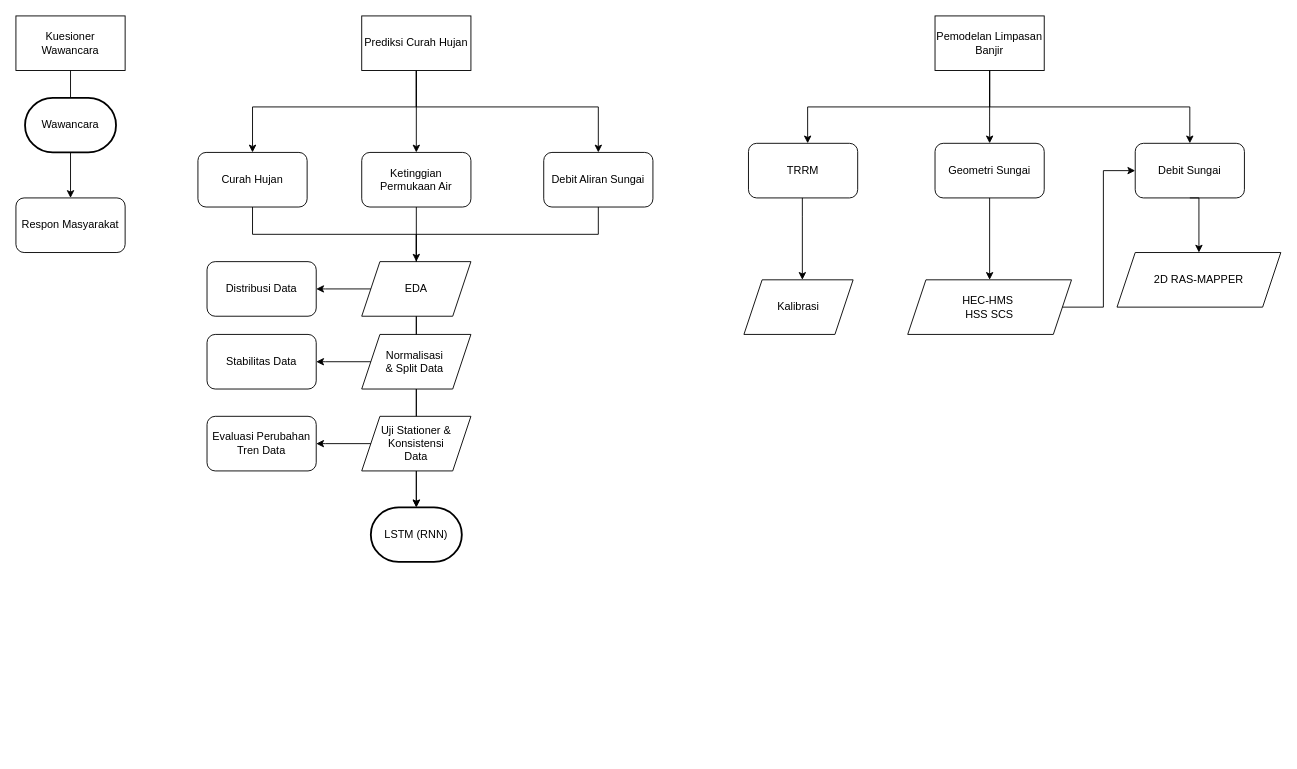
The draw.io diagram Cara Kerja Penelitian.drawio in famowoiii/envimos_sensot, before the edit. Source tidied: cells renumbered, new cells numbered last; positions are measured from the earlier drawing's top-left corner, leaving out a move shared by most shapes. Both pictures are drawn from the tidied source at 91%, with x=0, y=0 at pixel (15, 15).
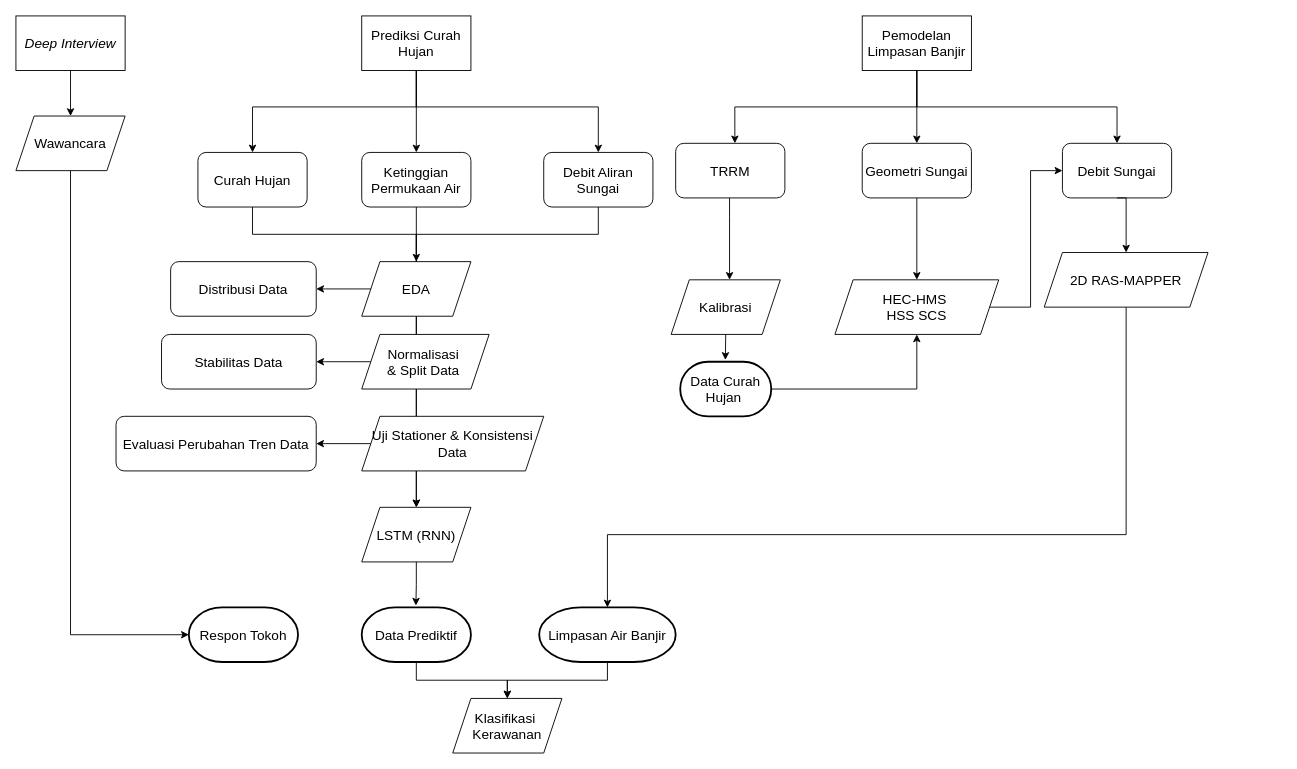
The same page after the edit.

Change to the diagram source:
```diff
@@
-    <mxCell id="2" style="edgeStyle=orthogonalEdgeStyle;rounded=0;jettySize=auto;html=1;exitX=0.5;exitY=1;exitDx=0;exitDy=0;entryX=0.5;entryY=0;entryDx=0;entryDy=0;" parent="1" edge="1" source="5" target="7">
+    <mxCell id="2" style="edgeStyle=orthogonalEdgeStyle;rounded=0;jettySize=auto;html=1;exitX=0.5;exitY=1;exitDx=0;exitDy=0;entryX=0.5;entryY=0;entryDx=0;entryDy=0;fontSize=15;" parent="1" edge="1" source="5" target="7">
       <mxGeometry relative="1" as="geometry">
         <Array as="points">
           <mxPoint x="440" y="100" />
           <mxPoint x="260" y="100" />
         </Array>
       </mxGeometry>
     </mxCell>
-    <mxCell id="3" style="edgeStyle=orthogonalEdgeStyle;rounded=0;jettySize=auto;html=1;entryX=0.5;entryY=0;entryDx=0;entryDy=0;exitX=0.5;exitY=1;exitDx=0;exitDy=0;" parent="1" edge="1" source="5" target="8">
+    <mxCell id="3" style="edgeStyle=orthogonalEdgeStyle;rounded=0;jettySize=auto;html=1;entryX=0.5;entryY=0;entryDx=0;entryDy=0;exitX=0.5;exitY=1;exitDx=0;exitDy=0;fontSize=15;" parent="1" edge="1" source="5" target="8">
       <mxGeometry relative="1" as="geometry">
         <Array as="points">
           <mxPoint x="440" y="80" />
           <mxPoint x="440" y="80" />
         </Array>
       </mxGeometry>
     </mxCell>
-    <mxCell id="4" style="edgeStyle=orthogonalEdgeStyle;rounded=0;jettySize=auto;html=1;entryX=0.5;entryY=0;entryDx=0;entryDy=0;" parent="1" edge="1" target="9">
+    <mxCell id="4" style="edgeStyle=orthogonalEdgeStyle;rounded=0;jettySize=auto;html=1;entryX=0.5;entryY=0;entryDx=0;entryDy=0;fontSize=15;" parent="1" edge="1" target="9">
       <mxGeometry relative="1" as="geometry">
         <mxPoint x="440" y="60" as="sourcePoint" />
         <Array as="points">
           <mxPoint x="440" y="100" />
           <mxPoint x="640" y="100" />
         </Array>
       </mxGeometry>
     </mxCell>
-    <mxCell id="5" value="Prediksi Curah Hujan" style="rounded=0;whiteSpace=wrap;html=1;" parent="1" vertex="1">
+    <mxCell id="5" value="Prediksi Curah Hujan" style="rounded=0;whiteSpace=wrap;html=1;fontSize=15;" parent="1" vertex="1">
       <mxGeometry x="380" width="120" height="60" as="geometry" />
     </mxCell>
-    <mxCell id="6" value="TRRM" style="rounded=1;whiteSpace=wrap;html=1;" parent="1" vertex="1">
-      <mxGeometry x="805" y="140" width="120" height="60" as="geometry" />
+    <mxCell id="6" value="TRRM" style="rounded=1;whiteSpace=wrap;html=1;fontSize=15;" parent="1" vertex="1">
+      <mxGeometry x="725" y="140" width="120" height="60" as="geometry" />
     </mxCell>
-    <mxCell id="7" value="Curah Hujan" style="rounded=1;whiteSpace=wrap;html=1;" parent="1" vertex="1">
+    <mxCell id="7" value="Curah Hujan" style="rounded=1;whiteSpace=wrap;html=1;fontSize=15;" parent="1" vertex="1">
       <mxGeometry x="200" y="150" width="120" height="60" as="geometry" />
     </mxCell>
-    <mxCell id="8" value="Ketinggian Permukaan Air" style="rounded=1;whiteSpace=wrap;html=1;" parent="1" vertex="1">
+    <mxCell id="8" value="Ketinggian Permukaan Air" style="rounded=1;whiteSpace=wrap;html=1;fontSize=15;" parent="1" vertex="1">
       <mxGeometry x="380" y="150" width="120" height="60" as="geometry" />
     </mxCell>
-    <mxCell id="9" value="Debit Aliran Sungai" style="rounded=1;whiteSpace=wrap;html=1;" parent="1" vertex="1">
+    <mxCell id="9" value="Debit Aliran Sungai" style="rounded=1;whiteSpace=wrap;html=1;fontSize=15;" parent="1" vertex="1">
       <mxGeometry x="580" y="150" width="120" height="60" as="geometry" />
     </mxCell>
-    <mxCell id="10" style="edgeStyle=orthogonalEdgeStyle;rounded=0;jettySize=auto;html=1;exitX=0.5;exitY=1;exitDx=0;exitDy=0;entryX=0.5;entryY=0;entryDx=0;entryDy=0;entryPerimeter=0;" parent="1" edge="1" source="7" target="12">
+    <mxCell id="10" style="edgeStyle=orthogonalEdgeStyle;rounded=0;jettySize=auto;html=1;exitX=0.5;exitY=1;exitDx=0;exitDy=0;entryX=0.5;entryY=0;entryDx=0;entryDy=0;entryPerimeter=0;fontSize=15;" parent="1" edge="1" source="7">
       <mxGeometry relative="1" as="geometry">
+        <mxPoint x="440" y="540" as="targetPoint" />
         <Array as="points">
           <mxPoint x="260" y="240" />
           <mxPoint x="440" y="240" />
         </Array>
       </mxGeometry>
     </mxCell>
-    <mxCell id="11" style="edgeStyle=orthogonalEdgeStyle;rounded=0;jettySize=auto;html=1;exitX=0.5;exitY=1;exitDx=0;exitDy=0;entryX=0.5;entryY=0;entryDx=0;entryDy=0;entryPerimeter=0;" parent="1" edge="1" source="8" target="12">
+    <mxCell id="11" style="edgeStyle=orthogonalEdgeStyle;rounded=0;jettySize=auto;html=1;exitX=0.5;exitY=1;exitDx=0;exitDy=0;entryX=0.5;entryY=0;entryDx=0;entryDy=0;fontSize=15;" parent="1" edge="1" source="8" target="12">
       <mxGeometry relative="1" as="geometry" />
     </mxCell>
-    <mxCell id="12" value="LSTM (RNN)" style="strokeWidth=2;html=1;shape=mxgraph.flowchart.terminator;whiteSpace=wrap;" parent="1" vertex="1">
-      <mxGeometry x="390" y="540" width="100" height="60" as="geometry" />
-    </mxCell>
-    <mxCell id="13" value="EDA" style="shape=parallelogram;perimeter=parallelogramPerimeter;whiteSpace=wrap;html=1;fixedSize=1;" parent="1" vertex="1">
+    <mxCell id="13" value="EDA" style="shape=parallelogram;perimeter=parallelogramPerimeter;whiteSpace=wrap;html=1;fixedSize=1;fontSize=15;" parent="1" vertex="1">
       <mxGeometry x="380" y="270" width="120" height="60" as="geometry" />
     </mxCell>
-    <mxCell id="14" value="Geometri Sungai" style="rounded=1;whiteSpace=wrap;html=1;" parent="1" vertex="1">
-      <mxGeometry x="1010" y="140" width="120" height="60" as="geometry" />
+    <mxCell id="14" value="Geometri Sungai" style="rounded=1;whiteSpace=wrap;html=1;fontSize=15;" parent="1" vertex="1">
+      <mxGeometry x="930" y="140" width="120" height="60" as="geometry" />
     </mxCell>
-    <mxCell id="15" value="Debit Sungai" style="rounded=1;whiteSpace=wrap;html=1;" parent="1" vertex="1">
-      <mxGeometry x="1230" y="140" width="120" height="60" as="geometry" />
+    <mxCell id="15" value="Debit Sungai" style="rounded=1;whiteSpace=wrap;html=1;fontSize=15;" parent="1" vertex="1">
+      <mxGeometry x="1150" y="140" width="120" height="60" as="geometry" />
     </mxCell>
-    <mxCell id="16" value="Kuesioner Wawancara" style="rounded=0;whiteSpace=wrap;html=1;" parent="1" vertex="1">
+    <mxCell id="16" value="&lt;i style=&quot;font-size: 15px;&quot;&gt;Deep Interview&lt;/i&gt;" style="rounded=0;whiteSpace=wrap;html=1;fontSize=15;" parent="1" vertex="1">
       <mxGeometry width="120" height="60" as="geometry" />
     </mxCell>
-    <mxCell id="17" value="Respon Masyarakat" style="rounded=1;whiteSpace=wrap;html=1;" parent="1" vertex="1">
-      <mxGeometry y="200" width="120" height="60" as="geometry" />
-    </mxCell>
-    <mxCell id="18" style="edgeStyle=orthogonalEdgeStyle;rounded=0;jettySize=auto;html=1;entryX=0.5;entryY=0;entryDx=0;entryDy=0;exitX=0.5;exitY=1;exitDx=0;exitDy=0;" parent="1" edge="1" source="16" target="17">
-      <mxGeometry relative="1" as="geometry">
-        <Array as="points">
-          <mxPoint x="60" y="120" />
-          <mxPoint x="60" y="120" />
-        </Array>
-      </mxGeometry>
-    </mxCell>
-    <mxCell id="19" value="Wawancara" style="strokeWidth=2;html=1;shape=mxgraph.flowchart.terminator;whiteSpace=wrap;" parent="1" vertex="1">
-      <mxGeometry x="10" y="90" width="100" height="60" as="geometry" />
+    <mxCell id="19" value="Respon Tokoh" style="strokeWidth=2;html=1;shape=mxgraph.flowchart.terminator;whiteSpace=wrap;fontSize=15;" parent="1" vertex="1">
+      <mxGeometry x="190" y="650" width="120" height="60" as="geometry" />
     </mxCell>
-    <mxCell id="20" value="Pemodelan Limpasan Banjir" style="rounded=0;whiteSpace=wrap;html=1;" parent="1" vertex="1">
-      <mxGeometry x="1010" width="120" height="60" as="geometry" />
+    <mxCell id="20" value="Pemodelan Limpasan Banjir" style="rounded=0;whiteSpace=wrap;html=1;fontSize=15;" parent="1" vertex="1">
+      <mxGeometry x="930" width="120" height="60" as="geometry" />
     </mxCell>
-    <mxCell id="21" value="Kalibrasi" style="shape=parallelogram;perimeter=parallelogramPerimeter;whiteSpace=wrap;html=1;fixedSize=1;" parent="1" vertex="1">
-      <mxGeometry x="800" y="290" width="120" height="60" as="geometry" />
+    <mxCell id="21" value="Kalibrasi" style="shape=parallelogram;perimeter=parallelogramPerimeter;whiteSpace=wrap;html=1;fixedSize=1;fontSize=15;" parent="1" vertex="1">
+      <mxGeometry x="720" y="290" width="120" height="60" as="geometry" />
     </mxCell>
-    <mxCell id="22" style="edgeStyle=orthogonalEdgeStyle;rounded=0;orthogonalLoop=1;jettySize=auto;html=1;entryX=0.5;entryY=0;entryDx=0;entryDy=0;exitX=0.5;exitY=1;exitDx=0;exitDy=0;" parent="1" edge="1">
+    <mxCell id="22" style="edgeStyle=orthogonalEdgeStyle;rounded=0;orthogonalLoop=1;jettySize=auto;html=1;entryX=0.5;entryY=0;entryDx=0;entryDy=0;exitX=0.5;exitY=1;exitDx=0;exitDy=0;fontSize=15;" parent="1" edge="1">
       <mxGeometry relative="1" as="geometry">
-        <mxPoint x="864.2" y="200" as="sourcePoint" />
-        <mxPoint x="864.2" y="290" as="targetPoint" />
+        <mxPoint x="784.2" y="200" as="sourcePoint" />
+        <mxPoint x="784.2" y="290" as="targetPoint" />
         <Array as="points">
-          <mxPoint x="864.2" y="220" />
-          <mxPoint x="864.2" y="220" />
+          <mxPoint x="784.2" y="220" />
+          <mxPoint x="784.2" y="220" />
         </Array>
       </mxGeometry>
     </mxCell>
-    <mxCell id="23" style="edgeStyle=orthogonalEdgeStyle;rounded=0;jettySize=auto;html=1;exitX=0.5;exitY=1;exitDx=0;exitDy=0;" parent="1" edge="1" source="9">
+    <mxCell id="23" style="edgeStyle=orthogonalEdgeStyle;rounded=0;jettySize=auto;html=1;exitX=0.5;exitY=1;exitDx=0;exitDy=0;fontSize=15;" parent="1" edge="1" source="9">
       <mxGeometry relative="1" as="geometry">
         <mxPoint x="440" y="270" as="targetPoint" />
         <Array as="points">
           <mxPoint x="640" y="240" />
           <mxPoint x="440" y="240" />
         </Array>
       </mxGeometry>
     </mxCell>
-    <mxCell id="24" value="Normalisasi&amp;nbsp;&lt;div&gt;&amp;amp; Split Data&amp;nbsp;&lt;/div&gt;" style="shape=parallelogram;perimeter=parallelogramPerimeter;whiteSpace=wrap;html=1;fixedSize=1;" parent="1" vertex="1">
-      <mxGeometry x="380" y="350" width="120" height="60" as="geometry" />
+    <mxCell id="24" value="Normalisasi&amp;nbsp;&lt;div style=&quot;font-size: 15px;&quot;&gt;&amp;amp; Split Data&amp;nbsp;&lt;/div&gt;" style="shape=parallelogram;perimeter=parallelogramPerimeter;whiteSpace=wrap;html=1;fixedSize=1;fontSize=15;" parent="1" vertex="1">
+      <mxGeometry x="380" y="350" width="140" height="60" as="geometry" />
     </mxCell>
-    <mxCell id="25" value="Uji Stationer &amp;amp; Konsistensi&lt;div&gt;Data&lt;/div&gt;" style="shape=parallelogram;perimeter=parallelogramPerimeter;whiteSpace=wrap;html=1;fixedSize=1;" parent="1" vertex="1">
-      <mxGeometry x="380" y="440" width="120" height="60" as="geometry" />
+    <mxCell id="25" value="Uji Stationer &amp;amp; Konsistensi&lt;div style=&quot;font-size: 15px;&quot;&gt;Data&lt;/div&gt;" style="shape=parallelogram;perimeter=parallelogramPerimeter;whiteSpace=wrap;html=1;fixedSize=1;fontSize=15;" parent="1" vertex="1">
+      <mxGeometry x="380" y="440" width="200" height="60" as="geometry" />
     </mxCell>
-    <mxCell id="26" value="Distribusi Data" style="rounded=1;whiteSpace=wrap;html=1;" parent="1" vertex="1">
-      <mxGeometry x="210" y="270" width="120" height="60" as="geometry" />
+    <mxCell id="26" value="Distribusi Data" style="rounded=1;whiteSpace=wrap;html=1;fontSize=15;" parent="1" vertex="1">
+      <mxGeometry x="170" y="270" width="160" height="60" as="geometry" />
     </mxCell>
-    <mxCell id="27" style="edgeStyle=orthogonalEdgeStyle;rounded=0;jettySize=auto;html=1;exitX=0;exitY=0.5;exitDx=0;exitDy=0;entryX=1;entryY=0.5;entryDx=0;entryDy=0;" parent="1" edge="1" source="13" target="26">
+    <mxCell id="27" style="edgeStyle=orthogonalEdgeStyle;rounded=0;jettySize=auto;html=1;exitX=0;exitY=0.5;exitDx=0;exitDy=0;entryX=1;entryY=0.5;entryDx=0;entryDy=0;fontSize=15;" parent="1" edge="1" source="13" target="26">
       <mxGeometry relative="1" as="geometry">
         <Array as="points">
           <mxPoint x="340" y="300" />
           <mxPoint x="340" y="300" />
         </Array>
       </mxGeometry>
     </mxCell>
-    <mxCell id="28" value="Stabilitas Data" style="rounded=1;whiteSpace=wrap;html=1;" parent="1" vertex="1">
-      <mxGeometry x="210" y="350" width="120" height="60" as="geometry" />
+    <mxCell id="28" value="Stabilitas Data" style="rounded=1;whiteSpace=wrap;html=1;fontSize=15;" parent="1" vertex="1">
+      <mxGeometry x="160" y="350" width="170" height="60" as="geometry" />
     </mxCell>
-    <mxCell id="29" style="edgeStyle=orthogonalEdgeStyle;rounded=0;jettySize=auto;html=1;exitX=0;exitY=0.5;exitDx=0;exitDy=0;entryX=1;entryY=0.5;entryDx=0;entryDy=0;" parent="1" edge="1" target="28">
+    <mxCell id="29" style="edgeStyle=orthogonalEdgeStyle;rounded=0;jettySize=auto;html=1;exitX=0;exitY=0.5;exitDx=0;exitDy=0;entryX=1;entryY=0.5;entryDx=0;entryDy=0;fontSize=15;" parent="1" edge="1" target="28">
       <mxGeometry relative="1" as="geometry">
         <mxPoint x="390" y="380" as="sourcePoint" />
         <Array as="points">
           <mxPoint x="340" y="380" />
           <mxPoint x="340" y="380" />
         </Array>
       </mxGeometry>
     </mxCell>
-    <mxCell id="30" value="Evaluasi Perubahan Tren Data" style="rounded=1;whiteSpace=wrap;html=1;" parent="1" vertex="1">
-      <mxGeometry x="210" y="440" width="120" height="60" as="geometry" />
+    <mxCell id="30" value="Evaluasi Perubahan Tren Data" style="rounded=1;whiteSpace=wrap;html=1;fontSize=15;" parent="1" vertex="1">
+      <mxGeometry x="110" y="440" width="220" height="60" as="geometry" />
     </mxCell>
-    <mxCell id="31" style="edgeStyle=orthogonalEdgeStyle;rounded=0;jettySize=auto;html=1;exitX=0;exitY=0.5;exitDx=0;exitDy=0;entryX=1;entryY=0.5;entryDx=0;entryDy=0;" parent="1" edge="1" target="30">
+    <mxCell id="31" style="edgeStyle=orthogonalEdgeStyle;rounded=0;jettySize=auto;html=1;exitX=0;exitY=0.5;exitDx=0;exitDy=0;entryX=1;entryY=0.5;entryDx=0;entryDy=0;fontSize=15;" parent="1" edge="1" target="30">
       <mxGeometry relative="1" as="geometry">
         <mxPoint x="390" y="470" as="sourcePoint" />
         <Array as="points">
           <mxPoint x="340" y="470" />
           <mxPoint x="340" y="470" />
         </Array>
       </mxGeometry>
     </mxCell>
-    <mxCell id="32" style="edgeStyle=orthogonalEdgeStyle;rounded=0;jettySize=auto;html=1;entryX=0.5;entryY=0;entryDx=0;entryDy=0;exitX=0.5;exitY=1;exitDx=0;exitDy=0;" parent="1" edge="1" source="20" target="15">
+    <mxCell id="32" style="edgeStyle=orthogonalEdgeStyle;rounded=0;jettySize=auto;html=1;entryX=0.5;entryY=0;entryDx=0;entryDy=0;exitX=0.5;exitY=1;exitDx=0;exitDy=0;fontSize=15;" parent="1" edge="1" source="20" target="15">
       <mxGeometry relative="1" as="geometry">
         <Array as="points">
-          <mxPoint x="1070" y="100" />
-          <mxPoint x="1290" y="100" />
+          <mxPoint x="990" y="100" />
+          <mxPoint x="1210" y="100" />
         </Array>
       </mxGeometry>
     </mxCell>
-    <mxCell id="33" style="edgeStyle=orthogonalEdgeStyle;rounded=0;jettySize=auto;html=1;entryX=0.5;entryY=0;entryDx=0;entryDy=0;" parent="1" edge="1" target="14">
+    <mxCell id="33" style="edgeStyle=orthogonalEdgeStyle;rounded=0;jettySize=auto;html=1;entryX=0.5;entryY=0;entryDx=0;entryDy=0;fontSize=15;" parent="1" edge="1" target="14">
       <mxGeometry relative="1" as="geometry">
-        <mxPoint x="1070" y="60" as="sourcePoint" />
+        <mxPoint x="990" y="60" as="sourcePoint" />
         <Array as="points">
-          <mxPoint x="1070" y="110" />
-          <mxPoint x="1070" y="110" />
+          <mxPoint x="990" y="110" />
+          <mxPoint x="990" y="110" />
         </Array>
       </mxGeometry>
     </mxCell>
-    <mxCell id="34" style="edgeStyle=orthogonalEdgeStyle;rounded=0;jettySize=auto;html=1;entryX=0.542;entryY=0;entryDx=0;entryDy=0;exitX=0.5;exitY=1;exitDx=0;exitDy=0;entryPerimeter=0;" parent="1" edge="1" source="20" target="6">
+    <mxCell id="34" style="edgeStyle=orthogonalEdgeStyle;rounded=0;jettySize=auto;html=1;entryX=0.542;entryY=0;entryDx=0;entryDy=0;exitX=0.5;exitY=1;exitDx=0;exitDy=0;entryPerimeter=0;fontSize=15;" parent="1" edge="1" source="20" target="6">
       <mxGeometry relative="1" as="geometry">
         <Array as="points">
-          <mxPoint x="1070" y="100" />
-          <mxPoint x="870" y="100" />
+          <mxPoint x="990" y="100" />
+          <mxPoint x="790" y="100" />
         </Array>
       </mxGeometry>
     </mxCell>
-    <mxCell id="35" style="edgeStyle=orthogonalEdgeStyle;rounded=0;jettySize=auto;html=1;exitX=0.5;exitY=1;exitDx=0;exitDy=0;entryX=0.5;entryY=0;entryDx=0;entryDy=0;" parent="1" edge="1" source="14" target="36">
+    <mxCell id="35" style="edgeStyle=orthogonalEdgeStyle;rounded=0;jettySize=auto;html=1;exitX=0.5;exitY=1;exitDx=0;exitDy=0;entryX=0.5;entryY=0;entryDx=0;entryDy=0;fontSize=15;" parent="1" edge="1" source="14" target="36">
       <mxGeometry relative="1" as="geometry" />
     </mxCell>
-    <mxCell id="36" value="HEC-HMS&amp;nbsp;&lt;div&gt;HSS SCS&lt;/div&gt;" style="shape=parallelogram;perimeter=parallelogramPerimeter;whiteSpace=wrap;html=1;fixedSize=1;" parent="1" vertex="1">
-      <mxGeometry x="980" y="290" width="180" height="60" as="geometry" />
+    <mxCell id="36" value="HEC-HMS&amp;nbsp;&lt;div style=&quot;font-size: 15px;&quot;&gt;HSS SCS&lt;/div&gt;" style="shape=parallelogram;perimeter=parallelogramPerimeter;whiteSpace=wrap;html=1;fixedSize=1;fontSize=15;" parent="1" vertex="1">
+      <mxGeometry x="900" y="290" width="180" height="60" as="geometry" />
     </mxCell>
-    <mxCell id="37" style="edgeStyle=orthogonalEdgeStyle;rounded=0;jettySize=auto;html=1;exitX=1;exitY=0.5;exitDx=0;exitDy=0;entryX=0;entryY=0.5;entryDx=0;entryDy=0;" parent="1" edge="1" source="36" target="15">
+    <mxCell id="37" style="edgeStyle=orthogonalEdgeStyle;rounded=0;jettySize=auto;html=1;exitX=1;exitY=0.5;exitDx=0;exitDy=0;entryX=0;entryY=0.5;entryDx=0;entryDy=0;fontSize=15;" parent="1" edge="1" source="36" target="15">
       <mxGeometry relative="1" as="geometry" />
     </mxCell>
+    <mxCell id="40" style="edgeStyle=orthogonalEdgeStyle;rounded=0;jettySize=auto;html=1;exitX=0.5;exitY=1;exitDx=0;exitDy=0;fontSize=15;" parent="1" edge="1" source="38" target="48">
+      <mxGeometry relative="1" as="geometry">
+        <Array as="points">
+          <mxPoint x="1220" y="570" />
+          <mxPoint x="650" y="570" />
+        </Array>
+      </mxGeometry>
+    </mxCell>
-    <mxCell id="38" value="2D RAS-MAPPER" style="shape=parallelogram;perimeter=parallelogramPerimeter;whiteSpace=wrap;html=1;fixedSize=1;" parent="1" vertex="1">
-      <mxGeometry x="1210" y="260" width="180" height="60" as="geometry" />
+    <mxCell id="38" value="2D RAS-MAPPER" style="shape=parallelogram;perimeter=parallelogramPerimeter;whiteSpace=wrap;html=1;fixedSize=1;fontSize=15;" parent="1" vertex="1">
+      <mxGeometry x="1130" y="260" width="180" height="60" as="geometry" />
     </mxCell>
-    <mxCell id="39" style="edgeStyle=orthogonalEdgeStyle;rounded=0;jettySize=auto;html=1;exitX=0.5;exitY=1;exitDx=0;exitDy=0;entryX=0.5;entryY=0;entryDx=0;entryDy=0;" parent="1" edge="1" source="15" target="38">
+    <mxCell id="39" style="edgeStyle=orthogonalEdgeStyle;rounded=0;jettySize=auto;html=1;exitX=0.5;exitY=1;exitDx=0;exitDy=0;entryX=0.5;entryY=0;entryDx=0;entryDy=0;fontSize=15;" parent="1" edge="1" source="15" target="38">
       <mxGeometry relative="1" as="geometry">
         <Array as="points">
-          <mxPoint x="1300" y="200" />
+          <mxPoint x="1220" y="200" />
         </Array>
       </mxGeometry>
     </mxCell>
+    <mxCell id="12" value="LSTM (RNN)" style="shape=parallelogram;perimeter=parallelogramPerimeter;whiteSpace=wrap;html=1;fixedSize=1;fontSize=15;" parent="1" vertex="1">
+      <mxGeometry x="380" y="540" width="120" height="60" as="geometry" />
+    </mxCell>
+    <mxCell id="41" style="edgeStyle=orthogonalEdgeStyle;rounded=0;jettySize=auto;html=1;entryX=0;entryY=0.5;entryDx=0;entryDy=0;exitX=0.5;exitY=1;exitDx=0;exitDy=0;entryPerimeter=0;fontSize=15;" parent="1" edge="1" source="43" target="19">
+      <mxGeometry relative="1" as="geometry">
+        <Array as="points">
+          <mxPoint x="60" y="680" />
+        </Array>
+      </mxGeometry>
+    </mxCell>
+    <mxCell id="42" style="edgeStyle=orthogonalEdgeStyle;rounded=0;jettySize=auto;html=1;entryX=0.5;entryY=0;entryDx=0;entryDy=0;exitX=0.5;exitY=1;exitDx=0;exitDy=0;entryPerimeter=0;fontSize=15;" parent="1" edge="1" source="16" target="43">
+      <mxGeometry relative="1" as="geometry" />
+    </mxCell>
+    <mxCell id="43" value="Wawancara" style="shape=parallelogram;perimeter=parallelogramPerimeter;whiteSpace=wrap;html=1;fixedSize=1;fontSize=15;" parent="1" vertex="1">
+      <mxGeometry y="110" width="120" height="60" as="geometry" />
+    </mxCell>
+    <mxCell id="44" value="Data Prediktif" style="strokeWidth=2;html=1;shape=mxgraph.flowchart.terminator;whiteSpace=wrap;fontSize=15;" parent="1" vertex="1">
+      <mxGeometry x="380" y="650" width="120" height="60" as="geometry" />
+    </mxCell>
+    <mxCell id="45" style="edgeStyle=orthogonalEdgeStyle;rounded=0;jettySize=auto;html=1;exitX=0.5;exitY=1;exitDx=0;exitDy=0;entryX=0.496;entryY=-0.033;entryDx=0;entryDy=0;entryPerimeter=0;fontSize=15;" parent="1" edge="1" source="12" target="44">
+      <mxGeometry relative="1" as="geometry" />
+    </mxCell>
+    <mxCell id="46" value="Data Curah Hujan&amp;nbsp;" style="strokeWidth=2;html=1;shape=mxgraph.flowchart.terminator;whiteSpace=wrap;fontSize=15;" parent="1" vertex="1">
+      <mxGeometry x="730" y="380" width="100" height="60" as="geometry" />
+    </mxCell>
+    <mxCell id="47" style="edgeStyle=orthogonalEdgeStyle;rounded=0;jettySize=auto;html=1;exitX=0.5;exitY=1;exitDx=0;exitDy=0;entryX=0.496;entryY=-0.033;entryDx=0;entryDy=0;entryPerimeter=0;fontSize=15;" parent="1" edge="1" source="21" target="46">
+      <mxGeometry relative="1" as="geometry" />
+    </mxCell>
+    <mxCell id="48" value="Limpasan Air Banjir" style="strokeWidth=2;html=1;shape=mxgraph.flowchart.terminator;whiteSpace=wrap;fontSize=15;" parent="1" vertex="1">
+      <mxGeometry x="575" y="650" width="150" height="60" as="geometry" />
+    </mxCell>
+    <mxCell id="49" style="edgeStyle=orthogonalEdgeStyle;rounded=0;jettySize=auto;html=1;entryX=0.5;entryY=1;entryDx=0;entryDy=0;exitX=1;exitY=0.5;exitDx=0;exitDy=0;exitPerimeter=0;fontSize=15;" parent="1" edge="1" source="46" target="36">
+      <mxGeometry relative="1" as="geometry">
+        <Array as="points">
+          <mxPoint x="990" y="410" />
+        </Array>
+      </mxGeometry>
+    </mxCell>
+    <mxCell id="50" style="edgeStyle=orthogonalEdgeStyle;rounded=0;jettySize=auto;html=1;exitX=0.5;exitY=1;exitDx=0;exitDy=0;exitPerimeter=0;entryX=0.5;entryY=0;entryDx=0;entryDy=0;fontSize=15;" parent="1" edge="1" source="44" target="52">
+      <mxGeometry relative="1" as="geometry" />
+    </mxCell>
+    <mxCell id="51" style="edgeStyle=orthogonalEdgeStyle;rounded=0;jettySize=auto;html=1;exitX=0.5;exitY=1;exitDx=0;exitDy=0;exitPerimeter=0;entryX=0.5;entryY=0;entryDx=0;entryDy=0;fontSize=15;" parent="1" edge="1" source="48" target="52">
+      <mxGeometry relative="1" as="geometry" />
+    </mxCell>
+    <mxCell id="52" value="Klasifikasi&amp;nbsp;&lt;div style=&quot;font-size: 15px;&quot;&gt;Kerawanan&lt;/div&gt;" style="shape=parallelogram;perimeter=parallelogramPerimeter;whiteSpace=wrap;html=1;fixedSize=1;fontSize=15;" parent="1" vertex="1">
+      <mxGeometry x="480" y="750" width="120" height="60" as="geometry" />
+    </mxCell>
```
